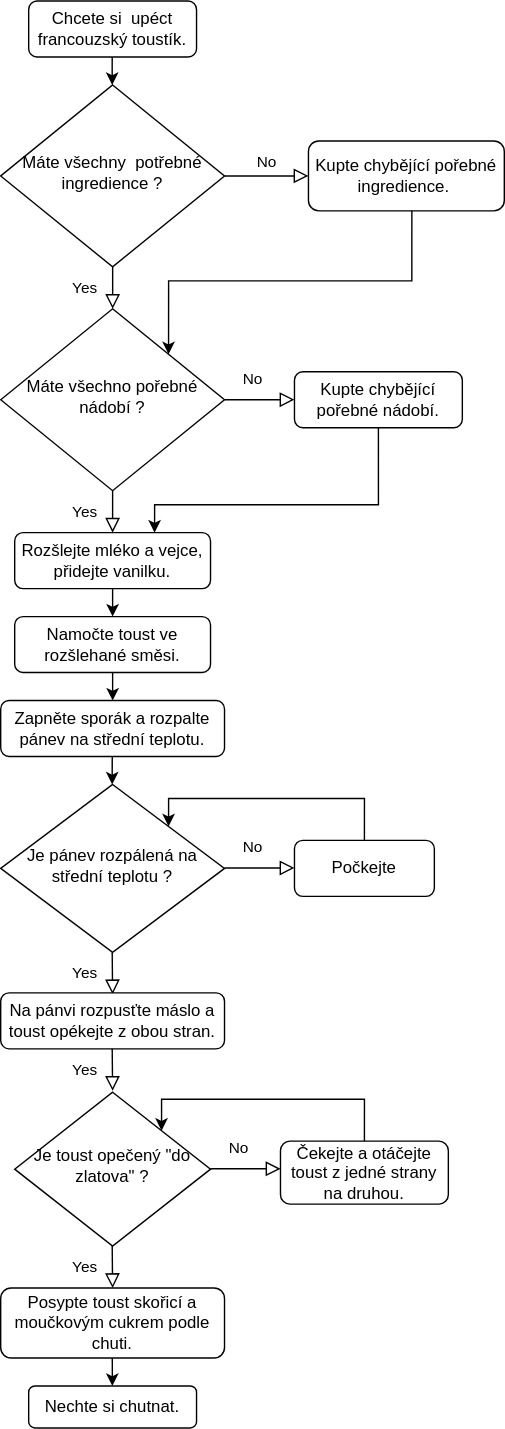
PetrHonzejk/diagrams.net keeps this draw.io diagram as honzejk.flowchart2.francouzsky.toustik.svg. Above is the earlier version. Source tidied: cells renumbered, new cells last; positions are measured from the earlier drawing's top-left corner, leaving out a move shared by most shapes.
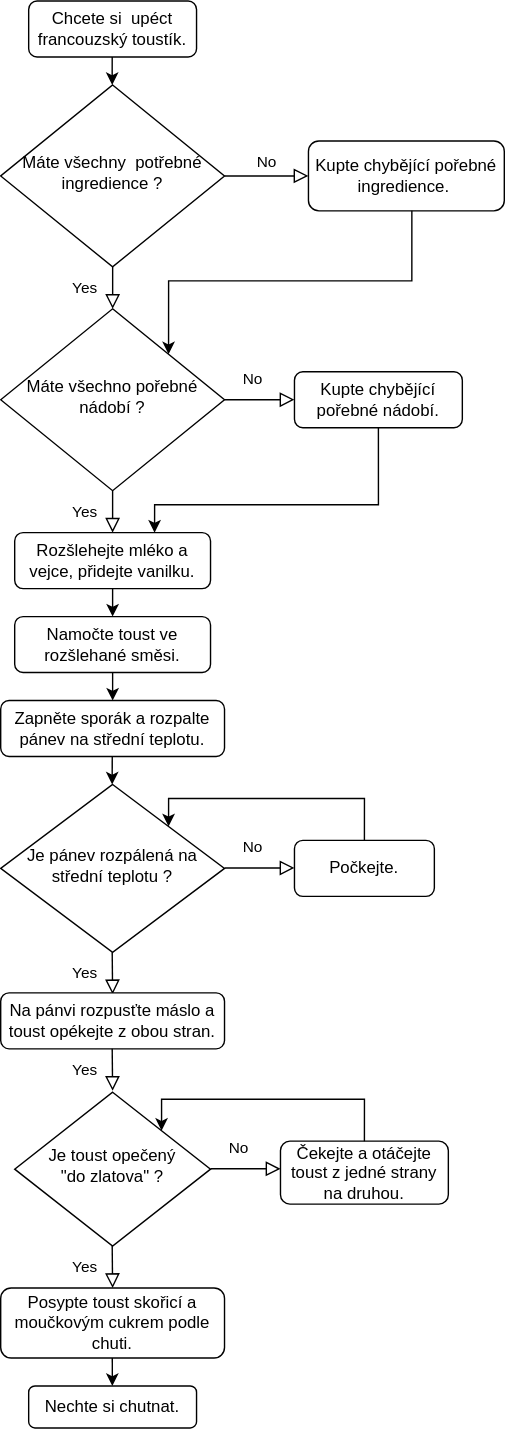
The same diagram one commit later.

Diff of the diagram source:
```diff
@@ -28,7 +28,7 @@
     <mxCell id="9" value="Máte všechno pořebné nádobí ?" style="rhombus;whiteSpace=wrap;html=1;shadow=0;fontFamily=Helvetica;fontSize=12;align=center;strokeWidth=1;spacing=6;spacingTop=-4;" parent="1" vertex="1">
       <mxGeometry y="220" width="160" height="130" as="geometry" />
     </mxCell>
-    <mxCell id="10" value="&lt;span style=&quot;text-align: left&quot;&gt;Rozšlejte mléko a vejce, přidejte vanilku.&lt;/span&gt;" style="rounded=1;whiteSpace=wrap;html=1;fontSize=12;glass=0;strokeWidth=1;shadow=0;" parent="1" vertex="1">
+    <mxCell id="10" value="&lt;span style=&quot;text-align: left&quot;&gt;Rozšlehejte mléko a vejce, přidejte vanilku.&lt;/span&gt;" style="rounded=1;whiteSpace=wrap;html=1;fontSize=12;glass=0;strokeWidth=1;shadow=0;" parent="1" vertex="1">
       <mxGeometry x="10" y="380" width="140" height="40" as="geometry" />
     </mxCell>
     <mxCell id="11" value="Kupte chybějící pořebné nádobí." style="rounded=1;whiteSpace=wrap;html=1;fontSize=12;glass=0;strokeWidth=1;shadow=0;" parent="1" vertex="1">
@@ -108,7 +108,7 @@
         <mxPoint x="80" y="710" as="targetPoint" />
       </mxGeometry>
     </mxCell>
-    <mxCell id="23" value="Počkejte" style="rounded=1;whiteSpace=wrap;html=1;fontSize=12;glass=0;strokeWidth=1;shadow=0;" parent="1" vertex="1">
+    <mxCell id="23" value="Počkejte." style="rounded=1;whiteSpace=wrap;html=1;fontSize=12;glass=0;strokeWidth=1;shadow=0;" parent="1" vertex="1">
       <mxGeometry x="210" y="600" width="100" height="40" as="geometry" />
     </mxCell>
     <mxCell id="24" style="endArrow=classic;html=1;rounded=0;fontSize=12;edgeStyle=orthogonalEdgeStyle;entryX=1;entryY=0;entryDx=0;entryDy=0;exitX=0.5;exitY=0;exitDx=0;exitDy=0;" parent="1" edge="1" source="23" target="19">
@@ -122,7 +122,7 @@
     <mxCell id="25" value="&lt;span style=&quot;text-align: left&quot;&gt;Na pánvi rozpusťte máslo a toust opékejte z obou stran.&lt;/span&gt;" style="rounded=1;whiteSpace=wrap;html=1;fontSize=12;glass=0;strokeWidth=1;shadow=0;" parent="1" vertex="1">
       <mxGeometry y="709" width="160" height="40" as="geometry" />
     </mxCell>
-    <mxCell id="26" value="Je toust opečený&amp;nbsp;&lt;span style=&quot;text-align: left&quot;&gt;&quot;do zlatova&quot; ?&lt;/span&gt;" style="rhombus;whiteSpace=wrap;html=1;shadow=0;fontFamily=Helvetica;fontSize=12;align=center;strokeWidth=1;spacing=6;spacingTop=-4;" parent="1" vertex="1">
+    <mxCell id="26" value="Je toust opečený&lt;br&gt;&lt;span style=&quot;text-align: left&quot;&gt;&quot;do zlatova&quot; ?&lt;/span&gt;" style="rhombus;whiteSpace=wrap;html=1;shadow=0;fontFamily=Helvetica;fontSize=12;align=center;strokeWidth=1;spacing=6;spacingTop=-4;" parent="1" vertex="1">
       <mxGeometry x="10" y="780" width="140" height="110" as="geometry" />
     </mxCell>
     <mxCell id="27" value="Yes" style="edgeStyle=orthogonalEdgeStyle;rounded=0;html=1;jettySize=auto;orthogonalLoop=1;fontSize=11;endArrow=block;endFill=0;endSize=8;strokeWidth=1;shadow=0;labelBackgroundColor=none;exitX=0.5;exitY=1;exitDx=0;exitDy=0;" parent="1" edge="1">
```
